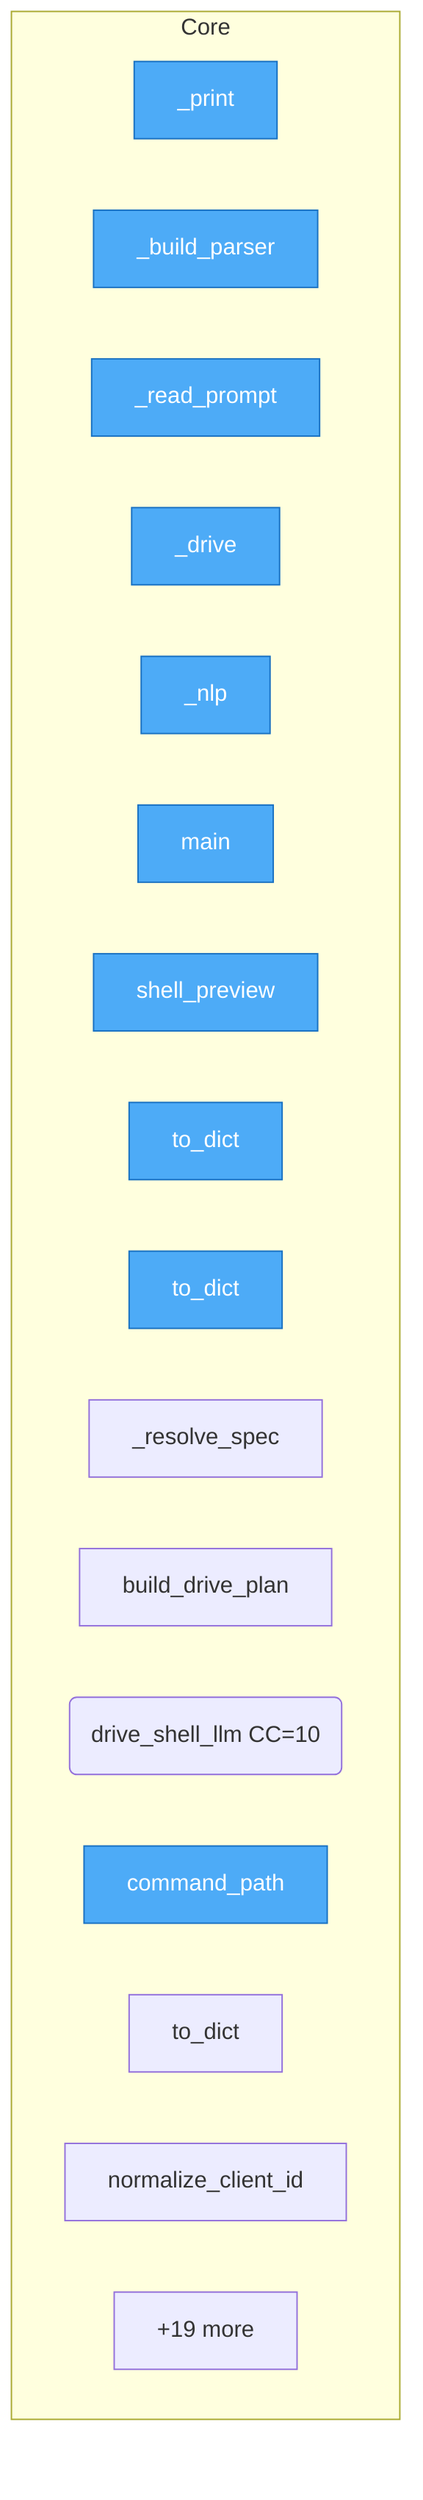
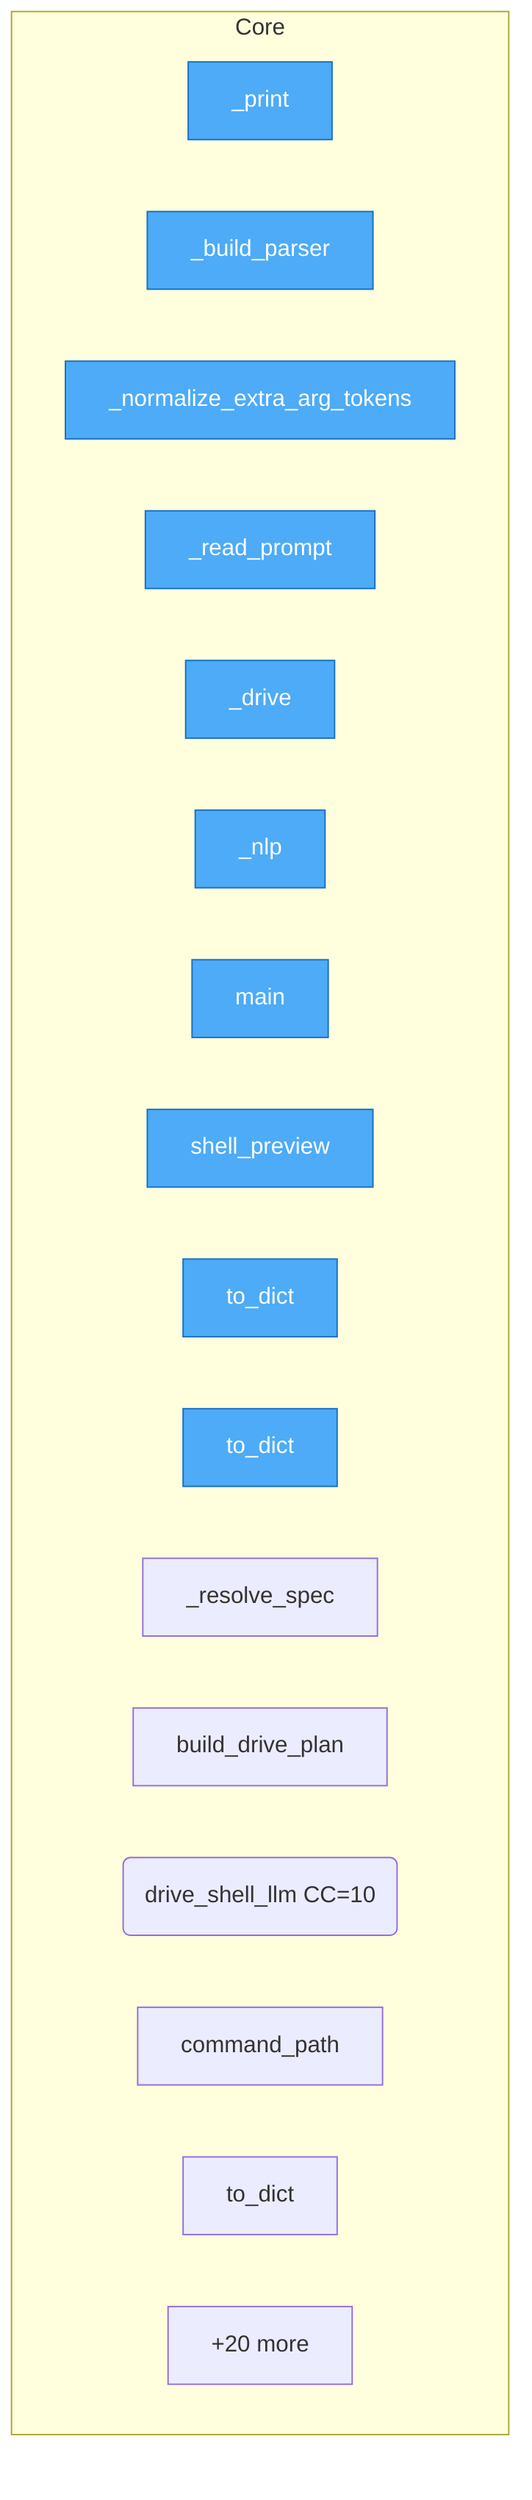
flowchart TD
%% generated in 0.00s

    %% Entry points (blue)
    classDef entry fill:#4dabf7,stroke:#1971c2,color:#fff

    subgraph Core
-         src__sllm__cli___print["_print"]
-         src__sllm__cli___build_parser["_build_parser"]
-         src__sllm__cli___read_prompt["_read_prompt"]
-         src__sllm__cli___drive["_drive"]
-         src__sllm__cli___nlp["_nlp"]
-         src__sllm__cli__main["main"]
-         src__sllm__controller__ShellDrivePlan__shell_preview["shell_preview"]
-         src__sllm__controller__ShellDrivePlan__to_dict["to_dict"]
-         src__sllm__controller__ShellDriveResult__to_dict["to_dict"]
-         src__sllm__controller___resolve_spec["_resolve_spec"]
-         src__sllm__controller__build_drive_plan["build_drive_plan"]
-         src__sllm__controller__drive_shell_llm("drive_shell_llm CC=10")
-         src__sllm__registry__ShellClientSpec__command_path["command_path"]
-         src__sllm__registry__ShellClientSpec__to_dict["to_dict"]
-         src__sllm__registry__normalize_client_id["normalize_client_id"]
-         ...["+19 more"]
+         src__sillm__cli___print["_print"]
+         src__sillm__cli___build_parser["_build_parser"]
+         src__sillm__cli___normalize_extra_arg_tokens["_normalize_extra_arg_tokens"]
+         src__sillm__cli___read_prompt["_read_prompt"]
+         src__sillm__cli___drive["_drive"]
+         src__sillm__cli___nlp["_nlp"]
+         src__sillm__cli__main["main"]
+         src__sillm__controller__ShellDrivePlan__shell_preview["shell_preview"]
+         src__sillm__controller__ShellDrivePlan__to_dict["to_dict"]
+         src__sillm__controller__ShellDriveResult__to_dict["to_dict"]
+         src__sillm__controller___resolve_spec["_resolve_spec"]
+         src__sillm__controller__build_drive_plan["build_drive_plan"]
+         src__sillm__controller__drive_shell_llm("drive_shell_llm CC=10")
+         src__sillm__registry__ShellClientSpec__command_path["command_path"]
+         src__sillm__registry__ShellClientSpec__to_dict["to_dict"]
+         ...["+20 more"]
    end

-     class src__sllm__cli___print,src__sllm__cli___build_parser,src__sllm__cli___read_prompt,src__sllm__cli___drive,src__sllm__cli___nlp,src__sllm__cli__main,src__sllm__controller__ShellDrivePlan__shell_preview,src__sllm__controller__ShellDrivePlan__to_dict,src__sllm__controller__ShellDriveResult__to_dict,src__sllm__registry__ShellClientSpec__command_path entry
+     class src__sillm__cli___print,src__sillm__cli___build_parser,src__sillm__cli___normalize_extra_arg_tokens,src__sillm__cli___read_prompt,src__sillm__cli___drive,src__sillm__cli___nlp,src__sillm__cli__main,src__sillm__controller__ShellDrivePlan__shell_preview,src__sillm__controller__ShellDrivePlan__to_dict,src__sillm__controller__ShellDriveResult__to_dict entry
